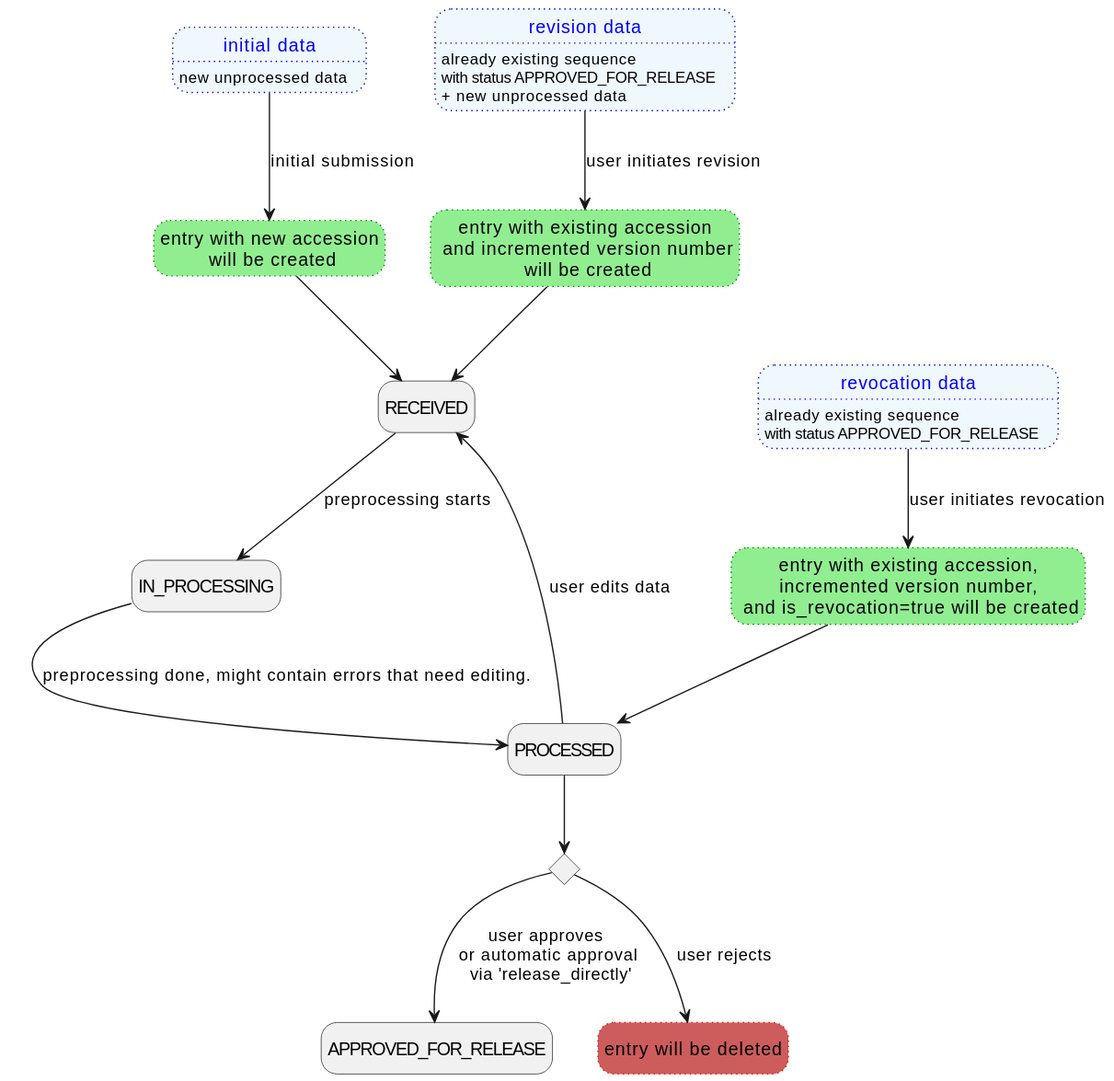
The PlantUML diagram backend/docs/plantuml/statusChange.svg in loculus-project/loculus, before a commit.
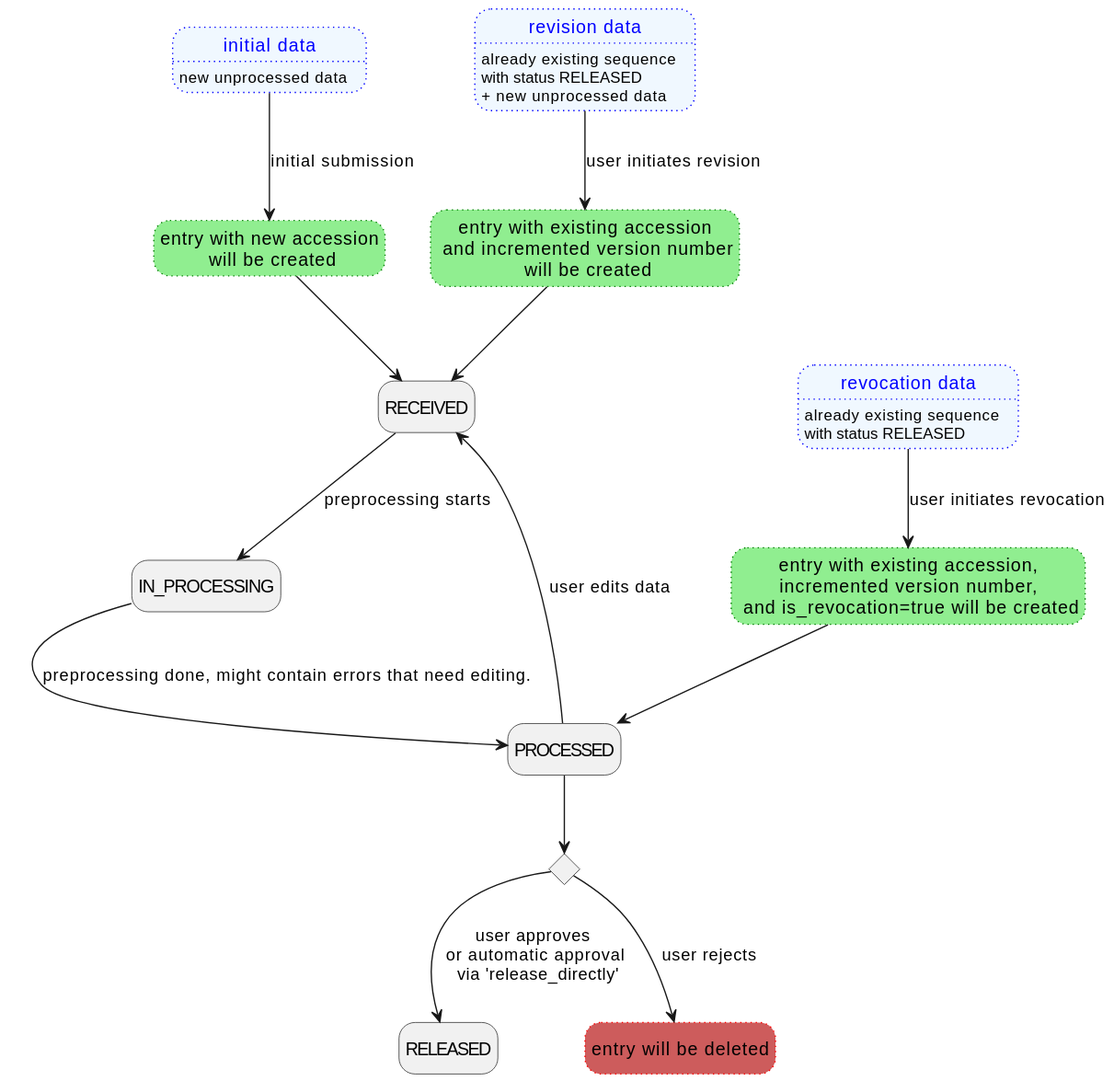
Above is the later version.

Commit message:
rename APPROVED_FOR_RELEASE to RELEASED

What changed in the source:
```diff
@@ -6,19 +6,19 @@
         }
     state REVISION_DATA as "revision data" #aliceblue;line:blue;line.dotted;text:blue {
         REVISION_DATA: already existing sequence
-        REVISION_DATA: with status APPROVED_FOR_RELEASE
+        REVISION_DATA: with status RELEASED
         REVISION_DATA: + new unprocessed data
     }
     state REVOKED_DATA as "revocation data" #aliceblue;line:blue;line.dotted;text:blue{
         REVOKED_DATA: already existing sequence
-        REVOKED_DATA: with status APPROVED_FOR_RELEASE
+        REVOKED_DATA: with status RELEASED
     }
 
     state RECEIVED
     state IN_PROCESSING
     state PROCESSED
     state RECEIVED
-    state APPROVED_FOR_RELEASE
+    state RELEASED
 
     state CREATING_SUBMIT as "entry with new accession\n will be created" #lightgreen;line:green;line.dotted
     state CREATING_REVISE as "entry with existing accession\n and incremented version number\n will be created" #lightgreen;line:green;line.dotted
@@ -38,6 +38,6 @@
     IN_PROCESSING --> PROCESSED : preprocessing done, might contain errors that need editing.
     PROCESSED --> RECEIVED : user edits data
     PROCESSED --> is_approved
-    is_approved --> APPROVED_FOR_RELEASE : user approves \nor automatic approval\n via 'release_directly'
+    is_approved --> RELEASED : user approves \nor automatic approval\n via 'release_directly'
     is_approved --> DELETION : user rejects
 @enduml
```
